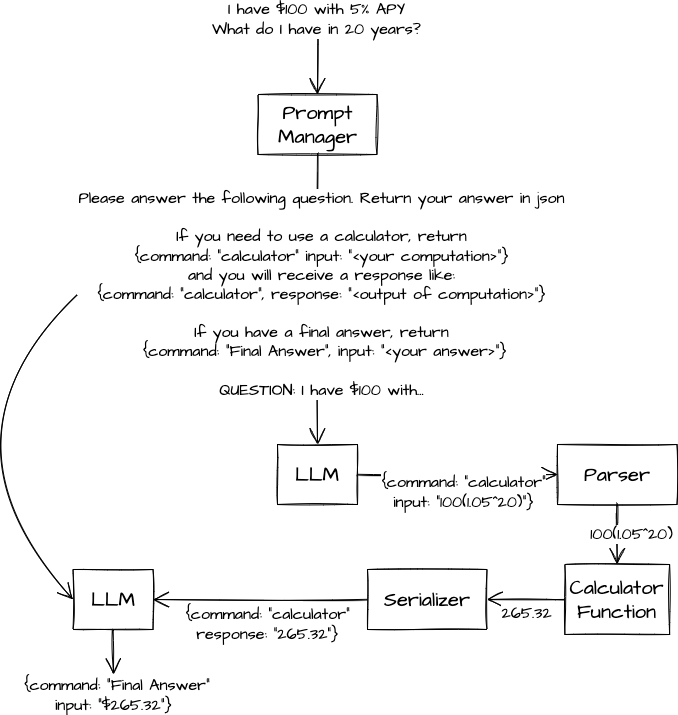
Earlier version of the draw.io export img/LLMsTextSketch-Calculator.drawio.png (dshieble/dshieble.github.io). Source tidied: cells renumbered, new cells last; positions are measured from the earlier drawing's top-left corner, leaving out a move shared by most shapes. Its diagram source:
```xml
<mxGraphModel>
  <root>
    <mxCell id="0" />
    <mxCell id="1" parent="0" />
    <mxCell id="2" value="I have $100 with 5% APY&lt;br&gt;What do I have in 20 years?" style="edgeStyle=none;curved=1;rounded=0;sketch=1;hachureGap=4;jettySize=auto;html=1;fontFamily=Architects Daughter;fontSource=https%3A%2F%2Ffonts.googleapis.com%2Fcss%3Ffamily%3DArchitects%2BDaughter;fontSize=16;endArrow=open;startSize=14;endSize=14;sourcePerimeterSpacing=8;targetPerimeterSpacing=8;entryX=0.5;entryY=0;entryDx=0;entryDy=0;" parent="1" edge="1" target="6">
      <mxGeometry x="-0.91" y="-1" relative="1" as="geometry">
        <mxPoint x="390" as="sourcePoint" />
        <mxPoint y="1" as="offset" />
      </mxGeometry>
    </mxCell>
    <mxCell id="3" value="LLM" style="rounded=0;whiteSpace=wrap;html=1;sketch=1;hachureGap=4;fontFamily=Architects Daughter;fontSource=https%3A%2F%2Ffonts.googleapis.com%2Fcss%3Ffamily%3DArchitects%2BDaughter;fontSize=20;" parent="1" vertex="1">
      <mxGeometry x="350" y="430" width="80" height="60" as="geometry" />
    </mxCell>
    <mxCell id="4" value="Parser" style="rounded=0;whiteSpace=wrap;html=1;sketch=1;hachureGap=4;fontFamily=Architects Daughter;fontSource=https%3A%2F%2Ffonts.googleapis.com%2Fcss%3Ffamily%3DArchitects%2BDaughter;fontSize=20;" parent="1" vertex="1">
      <mxGeometry x="630" y="430" width="119.5" height="60" as="geometry" />
    </mxCell>
    <mxCell id="5" value="{command: &quot;calculator&quot;&lt;br style=&quot;border-color: var(--border-color);&quot;&gt;input: &quot;100(1.05^20)&quot;}" style="edgeStyle=none;curved=1;rounded=0;sketch=1;hachureGap=4;jettySize=auto;html=1;fontFamily=Architects Daughter;fontSource=https%3A%2F%2Ffonts.googleapis.com%2Fcss%3Ffamily%3DArchitects%2BDaughter;fontSize=16;endArrow=open;startSize=14;endSize=14;sourcePerimeterSpacing=8;targetPerimeterSpacing=8;entryX=0;entryY=0.5;entryDx=0;entryDy=0;exitX=1;exitY=0.5;exitDx=0;exitDy=0;" parent="1" edge="1" source="3" target="4">
      <mxGeometry x="0.07" y="-18" relative="1" as="geometry" />
    </mxCell>
    <mxCell id="6" value="Prompt Manager" style="rounded=0;whiteSpace=wrap;html=1;sketch=1;hachureGap=4;fontFamily=Architects Daughter;fontSource=https%3A%2F%2Ffonts.googleapis.com%2Fcss%3Ffamily%3DArchitects%2BDaughter;fontSize=20;" parent="1" vertex="1">
      <mxGeometry x="330.5" y="80" width="119" height="60" as="geometry" />
    </mxCell>
    <mxCell id="7" value="Please answer the following question. Return your answer in json&lt;br&gt;&lt;br&gt;If you need to use a calculator, return&lt;br&gt;{command: &quot;calculator&quot; input: &quot;&amp;lt;your computation&amp;gt;&quot;}&lt;br&gt;and you will receive a response like:&lt;br&gt;{command: &quot;calculator&quot;, response: &quot;&amp;lt;output of computation&amp;gt;&quot;}&lt;br&gt;&lt;br&gt;If you have a final answer, return&lt;br&gt;&amp;nbsp;{command: &quot;Final Answer&quot;, input: &quot;&amp;lt;your answer&amp;gt;&quot;}&lt;br&gt;&lt;br&gt;QUESTION: I have $100 with..." style="edgeStyle=none;curved=1;rounded=0;sketch=1;hachureGap=4;jettySize=auto;html=1;fontFamily=Architects Daughter;fontSource=https%3A%2F%2Ffonts.googleapis.com%2Fcss%3Ffamily%3DArchitects%2BDaughter;fontSize=16;endArrow=open;startSize=14;endSize=14;sourcePerimeterSpacing=8;targetPerimeterSpacing=8;exitX=0.5;exitY=1;exitDx=0;exitDy=0;entryX=0.5;entryY=0;entryDx=0;entryDy=0;" parent="1" edge="1" source="6" target="3">
      <mxGeometry x="-0.03" y="4" relative="1" as="geometry" />
    </mxCell>
    <mxCell id="8" value="Calculator Function" style="rounded=0;whiteSpace=wrap;html=1;sketch=1;hachureGap=4;fontFamily=Architects Daughter;fontSource=https%3A%2F%2Ffonts.googleapis.com%2Fcss%3Ffamily%3DArchitects%2BDaughter;fontSize=20;" parent="1" vertex="1">
      <mxGeometry x="637.4" y="550" width="104.8" height="70" as="geometry" />
    </mxCell>
    <mxCell id="9" value="100(1.05^20)" style="edgeStyle=none;curved=1;rounded=0;sketch=1;hachureGap=4;jettySize=auto;html=1;fontFamily=Architects Daughter;fontSource=https%3A%2F%2Ffonts.googleapis.com%2Fcss%3Ffamily%3DArchitects%2BDaughter;fontSize=16;endArrow=open;startSize=14;endSize=14;sourcePerimeterSpacing=8;targetPerimeterSpacing=8;exitX=0.5;exitY=1;exitDx=0;exitDy=0;entryX=0.5;entryY=0;entryDx=0;entryDy=0;" parent="1" edge="1" source="4" target="8">
      <mxGeometry x="-0.03" y="14" relative="1" as="geometry" />
    </mxCell>
    <mxCell id="10" value="265.32" style="edgeStyle=none;curved=1;rounded=0;sketch=1;hachureGap=4;jettySize=auto;html=1;fontFamily=Architects Daughter;fontSource=https%3A%2F%2Ffonts.googleapis.com%2Fcss%3Ffamily%3DArchitects%2BDaughter;fontSize=16;endArrow=open;startSize=14;endSize=14;sourcePerimeterSpacing=8;targetPerimeterSpacing=8;exitX=0;exitY=0.5;exitDx=0;exitDy=0;entryX=1;entryY=0.5;entryDx=0;entryDy=0;" parent="1" edge="1" source="8" target="12">
      <mxGeometry x="-0.03" y="14" relative="1" as="geometry" />
    </mxCell>
    <mxCell id="11" value="&amp;nbsp;{command: &quot;Final Answer&quot;&lt;br style=&quot;border-color: var(--border-color);&quot;&gt;input: &quot;$265.32&quot;}" style="edgeStyle=none;curved=1;rounded=0;sketch=1;hachureGap=4;jettySize=auto;html=1;fontFamily=Architects Daughter;fontSource=https%3A%2F%2Ffonts.googleapis.com%2Fcss%3Ffamily%3DArchitects%2BDaughter;fontSize=16;endArrow=open;startSize=14;endSize=14;sourcePerimeterSpacing=8;targetPerimeterSpacing=8;exitX=0.5;exitY=1;exitDx=0;exitDy=0;" parent="1" edge="1" source="14">
      <mxGeometry x="1" y="-20" relative="1" as="geometry">
        <mxPoint x="186" y="660" as="targetPoint" />
        <mxPoint x="20" y="20" as="offset" />
      </mxGeometry>
    </mxCell>
    <mxCell id="12" value="Serializer" style="rounded=0;whiteSpace=wrap;html=1;sketch=1;hachureGap=4;fontFamily=Architects Daughter;fontSource=https%3A%2F%2Ffonts.googleapis.com%2Fcss%3Ffamily%3DArchitects%2BDaughter;fontSize=20;" parent="1" vertex="1">
      <mxGeometry x="440" y="555" width="119.5" height="60" as="geometry" />
    </mxCell>
    <mxCell id="13" value="{command: &quot;calculator&quot;&lt;br style=&quot;border-color: var(--border-color);&quot;&gt;response: &quot;265.32&quot;}" style="edgeStyle=none;curved=1;rounded=0;sketch=1;hachureGap=4;jettySize=auto;html=1;fontFamily=Architects Daughter;fontSource=https%3A%2F%2Ffonts.googleapis.com%2Fcss%3Ffamily%3DArchitects%2BDaughter;fontSize=16;endArrow=open;startSize=14;endSize=14;sourcePerimeterSpacing=8;targetPerimeterSpacing=8;entryX=1;entryY=0.5;entryDx=0;entryDy=0;exitX=0;exitY=0.5;exitDx=0;exitDy=0;" parent="1" edge="1" source="12" target="14">
      <mxGeometry x="-0.07" y="25" relative="1" as="geometry" />
    </mxCell>
    <mxCell id="14" value="LLM" style="rounded=0;whiteSpace=wrap;html=1;sketch=1;hachureGap=4;fontFamily=Architects Daughter;fontSource=https%3A%2F%2Ffonts.googleapis.com%2Fcss%3Ffamily%3DArchitects%2BDaughter;fontSize=20;" parent="1" vertex="1">
      <mxGeometry x="145.5" y="555" width="80" height="60" as="geometry" />
    </mxCell>
    <mxCell id="15" style="edgeStyle=none;curved=1;rounded=0;sketch=1;hachureGap=4;jettySize=auto;html=1;fontFamily=Architects Daughter;fontSource=https%3A%2F%2Ffonts.googleapis.com%2Fcss%3Ffamily%3DArchitects%2BDaughter;fontSize=16;endArrow=open;startSize=14;endSize=14;sourcePerimeterSpacing=8;targetPerimeterSpacing=8;entryX=0;entryY=0.5;entryDx=0;entryDy=0;" parent="1" edge="1" target="14">
      <mxGeometry x="1" y="9" relative="1" as="geometry">
        <mxPoint x="150" y="280" as="sourcePoint" />
        <Array as="points">
          <mxPoint y="420" />
        </Array>
        <mxPoint x="-3" y="2" as="offset" />
      </mxGeometry>
    </mxCell>
  </root>
</mxGraphModel>
```
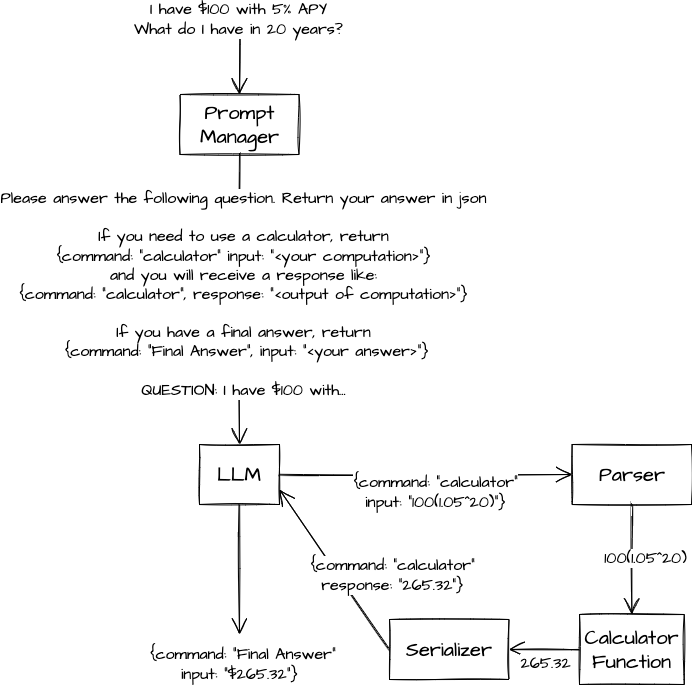
The same diagram one commit later.

Change to the diagram source:
```diff
@@ -12,7 +12,7 @@
       <mxGeometry x="350" y="430" width="80" height="60" as="geometry" />
     </mxCell>
     <mxCell id="4" value="Parser" style="rounded=0;whiteSpace=wrap;html=1;sketch=1;hachureGap=4;fontFamily=Architects Daughter;fontSource=https%3A%2F%2Ffonts.googleapis.com%2Fcss%3Ffamily%3DArchitects%2BDaughter;fontSize=20;" parent="1" vertex="1">
-      <mxGeometry x="630" y="430" width="119.5" height="60" as="geometry" />
+      <mxGeometry x="722.6" y="430" width="119.5" height="60" as="geometry" />
     </mxCell>
     <mxCell id="5" value="{command: &quot;calculator&quot;&lt;br style=&quot;border-color: var(--border-color);&quot;&gt;input: &quot;100(1.05^20)&quot;}" style="edgeStyle=none;curved=1;rounded=0;sketch=1;hachureGap=4;jettySize=auto;html=1;fontFamily=Architects Daughter;fontSource=https%3A%2F%2Ffonts.googleapis.com%2Fcss%3Ffamily%3DArchitects%2BDaughter;fontSize=16;endArrow=open;startSize=14;endSize=14;sourcePerimeterSpacing=8;targetPerimeterSpacing=8;entryX=0;entryY=0.5;entryDx=0;entryDy=0;exitX=1;exitY=0.5;exitDx=0;exitDy=0;" parent="1" edge="1" source="3" target="4">
       <mxGeometry x="0.07" y="-18" relative="1" as="geometry" />
@@ -24,7 +24,7 @@
       <mxGeometry x="-0.03" y="4" relative="1" as="geometry" />
     </mxCell>
     <mxCell id="8" value="Calculator Function" style="rounded=0;whiteSpace=wrap;html=1;sketch=1;hachureGap=4;fontFamily=Architects Daughter;fontSource=https%3A%2F%2Ffonts.googleapis.com%2Fcss%3Ffamily%3DArchitects%2BDaughter;fontSize=20;" parent="1" vertex="1">
-      <mxGeometry x="637.4" y="550" width="104.8" height="70" as="geometry" />
+      <mxGeometry x="730" y="600" width="104.8" height="70" as="geometry" />
     </mxCell>
     <mxCell id="9" value="100(1.05^20)" style="edgeStyle=none;curved=1;rounded=0;sketch=1;hachureGap=4;jettySize=auto;html=1;fontFamily=Architects Daughter;fontSource=https%3A%2F%2Ffonts.googleapis.com%2Fcss%3Ffamily%3DArchitects%2BDaughter;fontSize=16;endArrow=open;startSize=14;endSize=14;sourcePerimeterSpacing=8;targetPerimeterSpacing=8;exitX=0.5;exitY=1;exitDx=0;exitDy=0;entryX=0.5;entryY=0;entryDx=0;entryDy=0;" parent="1" edge="1" source="4" target="8">
       <mxGeometry x="-0.03" y="14" relative="1" as="geometry" />
@@ -32,29 +32,19 @@
     <mxCell id="10" value="265.32" style="edgeStyle=none;curved=1;rounded=0;sketch=1;hachureGap=4;jettySize=auto;html=1;fontFamily=Architects Daughter;fontSource=https%3A%2F%2Ffonts.googleapis.com%2Fcss%3Ffamily%3DArchitects%2BDaughter;fontSize=16;endArrow=open;startSize=14;endSize=14;sourcePerimeterSpacing=8;targetPerimeterSpacing=8;exitX=0;exitY=0.5;exitDx=0;exitDy=0;entryX=1;entryY=0.5;entryDx=0;entryDy=0;" parent="1" edge="1" source="8" target="12">
       <mxGeometry x="-0.03" y="14" relative="1" as="geometry" />
     </mxCell>
-    <mxCell id="11" value="&amp;nbsp;{command: &quot;Final Answer&quot;&lt;br style=&quot;border-color: var(--border-color);&quot;&gt;input: &quot;$265.32&quot;}" style="edgeStyle=none;curved=1;rounded=0;sketch=1;hachureGap=4;jettySize=auto;html=1;fontFamily=Architects Daughter;fontSource=https%3A%2F%2Ffonts.googleapis.com%2Fcss%3Ffamily%3DArchitects%2BDaughter;fontSize=16;endArrow=open;startSize=14;endSize=14;sourcePerimeterSpacing=8;targetPerimeterSpacing=8;exitX=0.5;exitY=1;exitDx=0;exitDy=0;" parent="1" edge="1" source="14">
-      <mxGeometry x="1" y="-20" relative="1" as="geometry">
-        <mxPoint x="186" y="660" as="targetPoint" />
-        <mxPoint x="20" y="20" as="offset" />
+    <mxCell id="11" value="&amp;nbsp;{command: &quot;Final Answer&quot;&lt;br style=&quot;border-color: var(--border-color);&quot;&gt;input: &quot;$265.32&quot;}" style="edgeStyle=none;curved=1;rounded=0;sketch=1;hachureGap=4;jettySize=auto;html=1;fontFamily=Architects Daughter;fontSource=https%3A%2F%2Ffonts.googleapis.com%2Fcss%3Ffamily%3DArchitects%2BDaughter;fontSize=16;endArrow=open;startSize=14;endSize=14;sourcePerimeterSpacing=8;targetPerimeterSpacing=8;exitX=0.5;exitY=1;exitDx=0;exitDy=0;" parent="1" edge="1" source="3">
+      <mxGeometry x="1" y="30" relative="1" as="geometry">
+        <mxPoint x="390" y="620" as="targetPoint" />
+        <mxPoint x="-30" y="30" as="offset" />
       </mxGeometry>
     </mxCell>
     <mxCell id="12" value="Serializer" style="rounded=0;whiteSpace=wrap;html=1;sketch=1;hachureGap=4;fontFamily=Architects Daughter;fontSource=https%3A%2F%2Ffonts.googleapis.com%2Fcss%3Ffamily%3DArchitects%2BDaughter;fontSize=20;" parent="1" vertex="1">
-      <mxGeometry x="440" y="555" width="119.5" height="60" as="geometry" />
+      <mxGeometry x="540" y="605" width="119.5" height="60" as="geometry" />
     </mxCell>
-    <mxCell id="13" value="{command: &quot;calculator&quot;&lt;br style=&quot;border-color: var(--border-color);&quot;&gt;response: &quot;265.32&quot;}" style="edgeStyle=none;curved=1;rounded=0;sketch=1;hachureGap=4;jettySize=auto;html=1;fontFamily=Architects Daughter;fontSource=https%3A%2F%2Ffonts.googleapis.com%2Fcss%3Ffamily%3DArchitects%2BDaughter;fontSize=16;endArrow=open;startSize=14;endSize=14;sourcePerimeterSpacing=8;targetPerimeterSpacing=8;entryX=1;entryY=0.5;entryDx=0;entryDy=0;exitX=0;exitY=0.5;exitDx=0;exitDy=0;" parent="1" edge="1" source="12" target="14">
-      <mxGeometry x="-0.07" y="25" relative="1" as="geometry" />
+    <mxCell id="13" value="{command: &quot;calculator&quot;&lt;br style=&quot;border-color: var(--border-color);&quot;&gt;response: &quot;265.32&quot;}" style="edgeStyle=none;curved=1;rounded=0;sketch=1;hachureGap=4;jettySize=auto;html=1;fontFamily=Architects Daughter;fontSource=https%3A%2F%2Ffonts.googleapis.com%2Fcss%3Ffamily%3DArchitects%2BDaughter;fontSize=16;endArrow=open;startSize=14;endSize=14;sourcePerimeterSpacing=8;targetPerimeterSpacing=8;exitX=0;exitY=0.5;exitDx=0;exitDy=0;entryX=1;entryY=0.75;entryDx=0;entryDy=0;" parent="1" edge="1" source="12" target="3">
+      <mxGeometry x="-0.4" y="-45" relative="1" as="geometry">
+        <mxPoint x="-1" y="-1" as="offset" />
+      </mxGeometry>
     </mxCell>
-    <mxCell id="14" value="LLM" style="rounded=0;whiteSpace=wrap;html=1;sketch=1;hachureGap=4;fontFamily=Architects Daughter;fontSource=https%3A%2F%2Ffonts.googleapis.com%2Fcss%3Ffamily%3DArchitects%2BDaughter;fontSize=20;" parent="1" vertex="1">
-      <mxGeometry x="145.5" y="555" width="80" height="60" as="geometry" />
-    </mxCell>
-    <mxCell id="15" style="edgeStyle=none;curved=1;rounded=0;sketch=1;hachureGap=4;jettySize=auto;html=1;fontFamily=Architects Daughter;fontSource=https%3A%2F%2Ffonts.googleapis.com%2Fcss%3Ffamily%3DArchitects%2BDaughter;fontSize=16;endArrow=open;startSize=14;endSize=14;sourcePerimeterSpacing=8;targetPerimeterSpacing=8;entryX=0;entryY=0.5;entryDx=0;entryDy=0;" parent="1" edge="1" target="14">
-      <mxGeometry x="1" y="9" relative="1" as="geometry">
-        <mxPoint x="150" y="280" as="sourcePoint" />
-        <Array as="points">
-          <mxPoint y="420" />
-        </Array>
-        <mxPoint x="-3" y="2" as="offset" />
-      </mxGeometry>
-    </mxCell>
   </root>
 </mxGraphModel>
```
